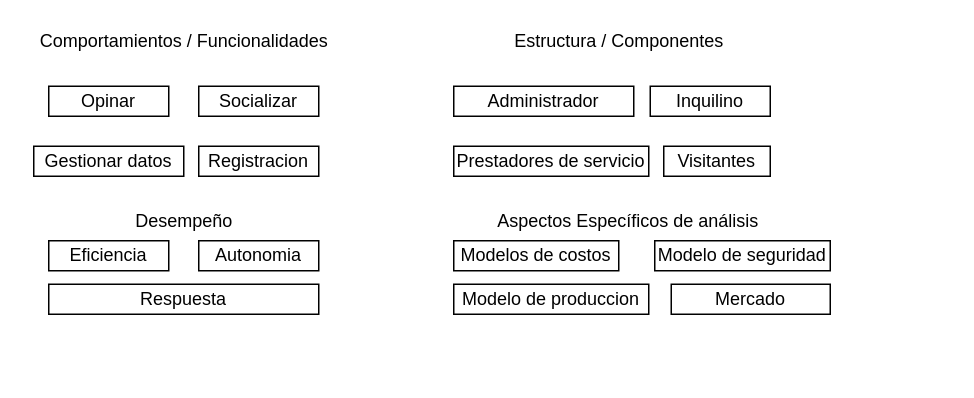
The draw.io diagram Untitled Diagram.drawio in kevinKASP/.............., before the edit. Source tidied: cells renumbered, new cells numbered last; positions are measured from the earlier drawing's top-left corner, leaving out a move shared by most shapes. Both pictures are drawn from the tidied source at 150%, with x=0, y=0 at pixel (26, 26).
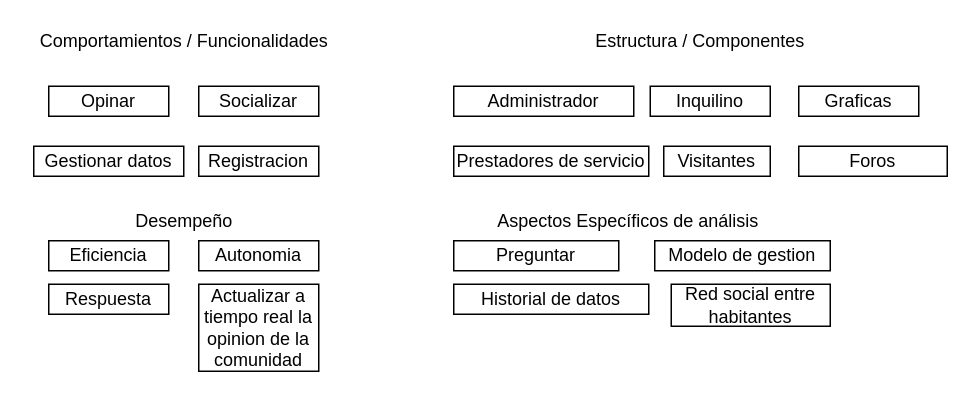
Above is the later version.

Diff of the diagram source:
```diff
@@
     <mxCell id="7" value="Estructura / Componentes" style="text;html=1;align=center;verticalAlign=middle;" parent="1" vertex="1">
-      <mxGeometry x="320" width="150" height="20" as="geometry" />
+      <mxGeometry x="374" width="150" height="20" as="geometry" />
     </mxCell>
@@
     <mxCell id="15" value="Respuesta" style="rounded=0;whiteSpace=wrap;html=1;" parent="1" vertex="1">
-      <mxGeometry x="15" y="172" width="180" height="20" as="geometry" />
+      <mxGeometry x="15" y="172" width="80" height="20" as="geometry" />
     </mxCell>
@@
-    <mxCell id="17" value="Modelos de costos" style="rounded=0;whiteSpace=wrap;html=1;" parent="1" vertex="1">
+    <mxCell id="17" value="Preguntar" style="rounded=0;whiteSpace=wrap;html=1;" parent="1" vertex="1">
       <mxGeometry x="285" y="143" width="110" height="20" as="geometry" />
     </mxCell>
-    <mxCell id="18" value="Modelo de produccion" style="rounded=0;whiteSpace=wrap;html=1;" parent="1" vertex="1">
+    <mxCell id="18" value="Historial de datos" style="rounded=0;whiteSpace=wrap;html=1;" parent="1" vertex="1">
       <mxGeometry x="285" y="172" width="130" height="20" as="geometry" />
     </mxCell>
-    <mxCell id="19" value="Modelo de seguridad" style="rounded=0;whiteSpace=wrap;html=1;" parent="1" vertex="1">
+    <mxCell id="19" value="Modelo de gestion" style="rounded=0;whiteSpace=wrap;html=1;" parent="1" vertex="1">
       <mxGeometry x="419" y="143" width="117" height="20" as="geometry" />
     </mxCell>
-    <mxCell id="20" value="Mercado" style="rounded=0;whiteSpace=wrap;html=1;" parent="1" vertex="1">
-      <mxGeometry x="430" y="172" width="106" height="20" as="geometry" />
+    <mxCell id="20" value="Red social entre habitantes" style="rounded=0;whiteSpace=wrap;html=1;" parent="1" vertex="1">
+      <mxGeometry x="430" y="172" width="106" height="28" as="geometry" />
     </mxCell>
+    <mxCell id="21" value="Actualizar a tiempo real la opinion de la comunidad" style="rounded=0;whiteSpace=wrap;html=1;" parent="1" vertex="1">
+      <mxGeometry x="115" y="172" width="80" height="58" as="geometry" />
+    </mxCell>
+    <mxCell id="22" value="Graficas" style="rounded=0;whiteSpace=wrap;html=1;" parent="1" vertex="1">
+      <mxGeometry x="515" y="40" width="80" height="20" as="geometry" />
+    </mxCell>
+    <mxCell id="23" value="Foros" style="rounded=0;whiteSpace=wrap;html=1;" parent="1" vertex="1">
+      <mxGeometry x="515" y="80" width="99" height="20" as="geometry" />
+    </mxCell>
```
